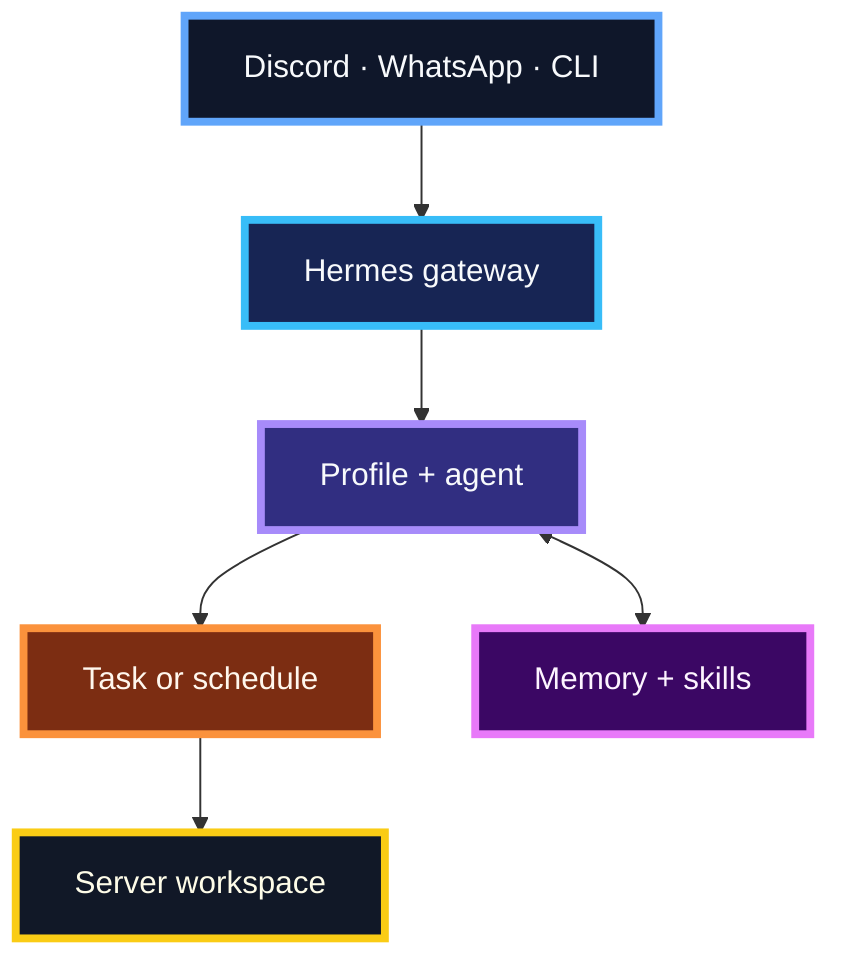
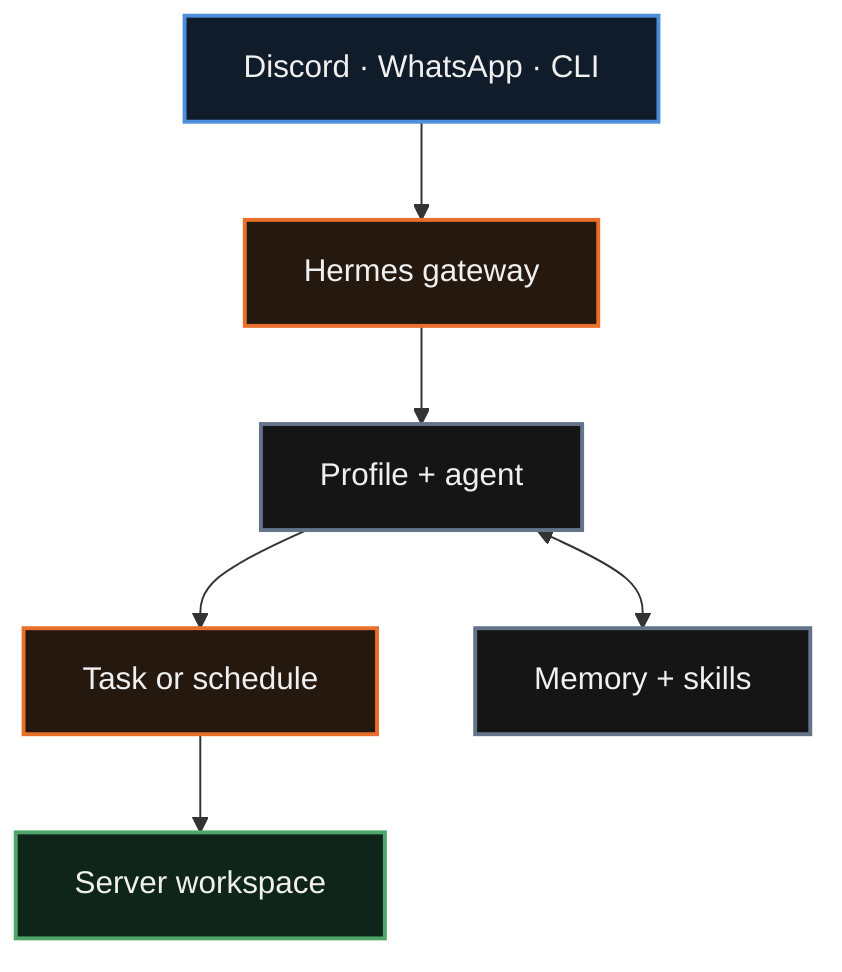
- %%{init: {"theme":"base","themeVariables":{"background":"transparent","mainBkg":"transparent","primaryColor":"#101827","primaryTextColor":"#f8fafc","primaryBorderColor":"#38bdf8","lineColor":"#94a3b8","fontSize":"24px","fontFamily":"Inter, ui-sans-serif, system-ui, -apple-system, BlinkMacSystemFont, 'Segoe UI', sans-serif"},"flowchart":{"curve":"basis","padding":16,"nodeSpacing":34,"rankSpacing":42}}}%%
+ %%{init: {"theme":"base","themeVariables":{"background":"transparent","mainBkg":"transparent","primaryColor":"#151515","primaryTextColor":"#f0f0f0","primaryBorderColor":"#e8702a","lineColor":"#686868","fontSize":"24px","fontFamily":"Inter, ui-sans-serif, system-ui, -apple-system, BlinkMacSystemFont, 'Segoe UI', sans-serif"},"flowchart":{"curve":"basis","padding":16,"nodeSpacing":34,"rankSpacing":42}}}%%
flowchart TD
    accTitle: Hermes server architecture
    accDescr: Messages from Discord, WhatsApp, and the command line pass through the Hermes gateway, a selected profile, and a task or schedule before reaching the server workspace. Memory and skills retain reusable context.

    IN["Discord · WhatsApp · CLI"]:::chat
    GW["Hermes gateway"]:::gateway
    PF["Profile + agent"]:::profile
    WF["Task or schedule"]:::workflow
    SV["Server workspace"]:::server
    MS["Memory + skills"]:::memory

    IN --> GW --> PF --> WF --> SV
    PF <--> MS

-     classDef chat fill:#0f172a,stroke:#60a5fa,color:#f8fafc,stroke-width:4px;
-     classDef gateway fill:#172554,stroke:#38bdf8,color:#f8fafc,stroke-width:4px;
-     classDef profile fill:#312e81,stroke:#a78bfa,color:#f8fafc,stroke-width:4px;
-     classDef workflow fill:#7c2d12,stroke:#fb923c,color:#fff7ed,stroke-width:4px;
-     classDef server fill:#111827,stroke:#facc15,color:#fefce8,stroke-width:4px;
-     classDef memory fill:#3b0764,stroke:#e879f9,color:#fdf4ff,stroke-width:4px;
+     classDef chat fill:#101c2a,stroke:#4c8ed9,color:#f0f0f0,stroke-width:2px;
+     classDef gateway fill:#25180f,stroke:#e8702a,color:#f0f0f0,stroke-width:2px;
+     classDef profile fill:#151515,stroke:#64748b,color:#f0f0f0,stroke-width:2px;
+     classDef workflow fill:#25180f,stroke:#e8702a,color:#f0f0f0,stroke-width:2px;
+     classDef server fill:#10251a,stroke:#4fa66b,color:#f0f0f0,stroke-width:2px;
+     classDef memory fill:#151515,stroke:#64748b,color:#f0f0f0,stroke-width:2px;
